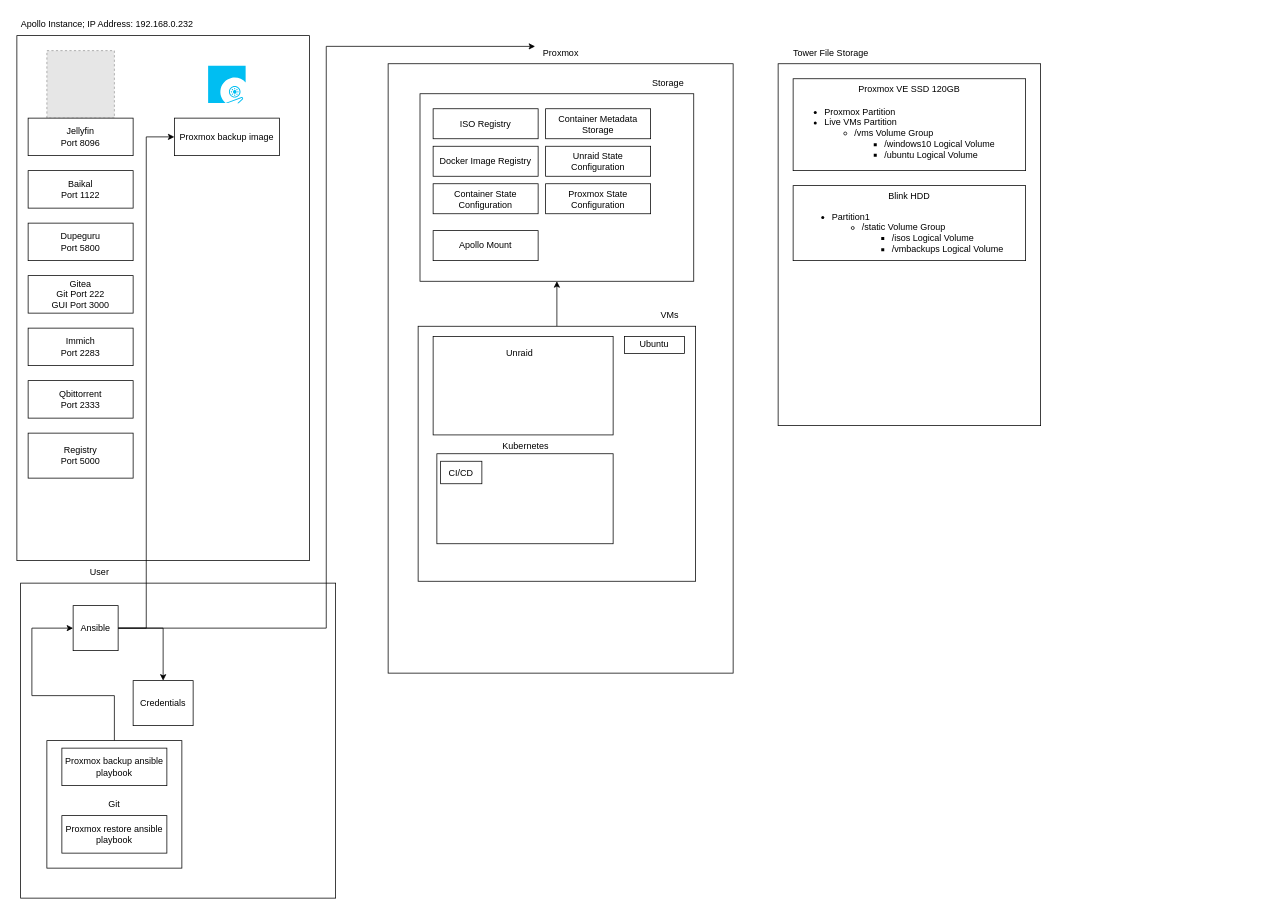
The draw.io diagram diagrams/proxmox.drawio in alialiusefi/tower-proxmox, before the edit. Source tidied: cells renumbered, new cells numbered last; positions are measured from the earlier drawing's top-left corner, leaving out a move shared by most shapes. Both pictures are drawn from the tidied source at 75%, with x=0, y=0 at pixel (13, 13). Pictures stored in the file or linked from it are replaced by grey dashed boxes.
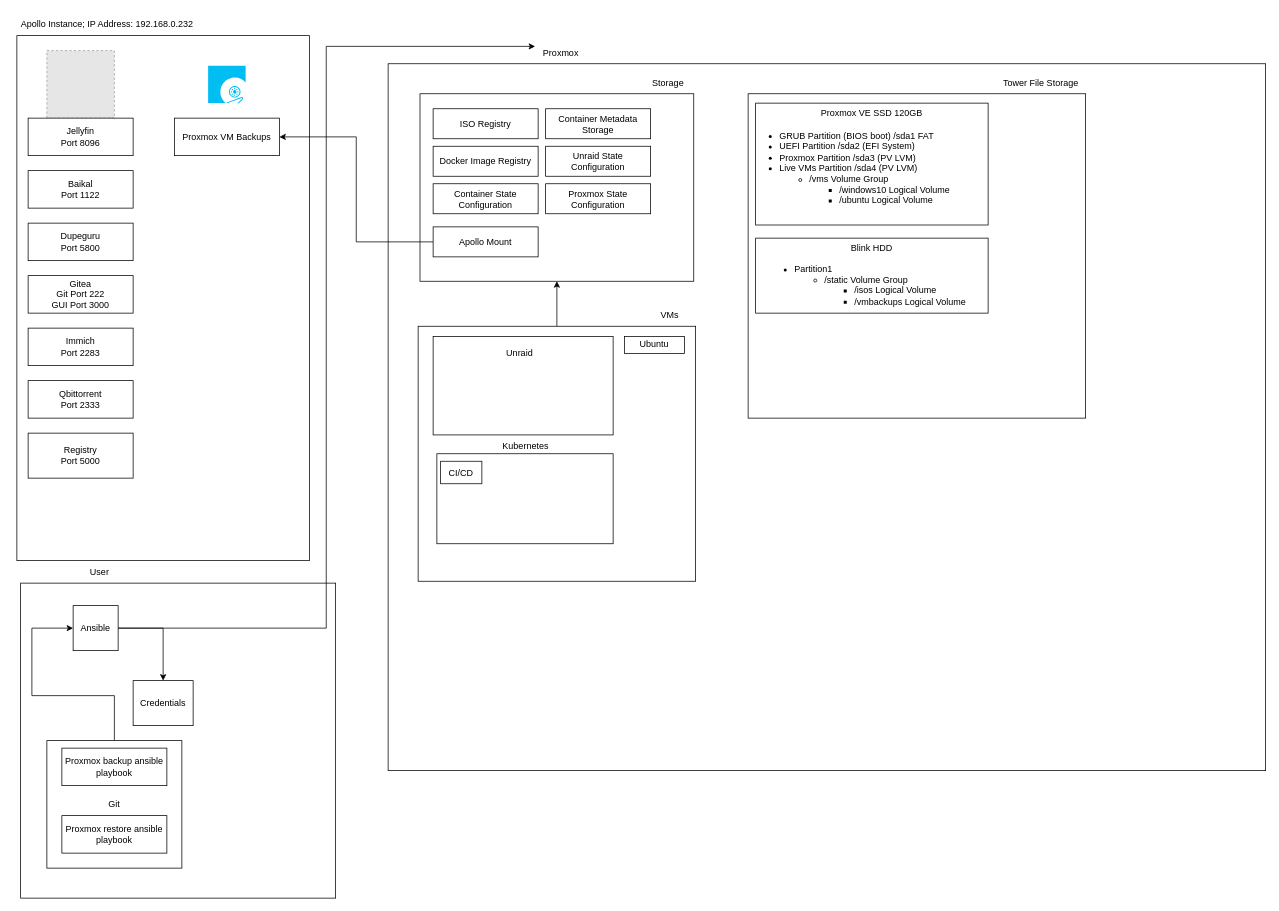
The same page after the edit.

The change refers to these unchanged cells:
```xml
<mxCell id="18" value="Ansible" style="rounded=0;whiteSpace=wrap;html=1;" parent="1" vertex="1">
  <mxGeometry x="80" y="790" width="60" height="60" as="geometry" />
</mxCell>
```

Diff of the diagram source:
```diff
@@
     <mxCell id="3" style="rounded=0;whiteSpace=wrap;html=1;" parent="1" vertex="1">
-      <mxGeometry x="500" y="67.5" width="460" height="812.5" as="geometry" />
+      <mxGeometry x="500" y="67.5" width="1170" height="942.5" as="geometry" />
     </mxCell>
@@
-    <mxCell id="17" style="edgeStyle=orthogonalEdgeStyle;rounded=0;jettySize=auto;html=1;entryX=0;entryY=0.5;entryDx=0;entryDy=0;" parent="1" edge="1" source="18" target="44">
-      <mxGeometry relative="1" as="geometry" />
-    </mxCell>
@@
     <mxCell id="39" style="rounded=0;whiteSpace=wrap;html=1;" parent="1" vertex="1">
-      <mxGeometry x="1020" y="67.5" width="350" height="482.5" as="geometry" />
+      <mxGeometry x="980" y="107.5" width="450" height="432.5" as="geometry" />
     </mxCell>
     <mxCell id="40" value="Tower File Storage" style="text;html=1;align=center;verticalAlign=middle;strokeColor=none;fillColor=none;" parent="1" vertex="1">
-      <mxGeometry x="1030" y="37.5" width="120" height="30" as="geometry" />
+      <mxGeometry x="1310" y="77.5" width="120" height="30" as="geometry" />
     </mxCell>
     <mxCell id="41" value="Proxmox VE SSD 120GB" style="rounded=0;whiteSpace=wrap;html=1;verticalAlign=top;" parent="1" vertex="1">
-      <mxGeometry x="1040" y="87.5" width="310" height="122.5" as="geometry" />
+      <mxGeometry x="990" y="120" width="310" height="162.5" as="geometry" />
     </mxCell>
@@
-    <mxCell id="44" value="Proxmox backup image" style="rounded=0;whiteSpace=wrap;html=1;" parent="1" vertex="1">
+    <mxCell id="44" value="Proxmox VM Backups" style="rounded=0;whiteSpace=wrap;html=1;" parent="1" vertex="1">
       <mxGeometry x="215" y="140" width="140" height="50" as="geometry" />
     </mxCell>
@@
+    <mxCell id="52" style="edgeStyle=orthogonalEdgeStyle;rounded=0;jettySize=auto;html=1;entryX=1;entryY=0.5;entryDx=0;entryDy=0;" parent="1" edge="1" source="47" target="44">
+      <mxGeometry relative="1" as="geometry" />
+    </mxCell>
     <mxCell id="47" value="Apollo Mount" style="rounded=0;whiteSpace=wrap;html=1;" parent="1" vertex="1">
-      <mxGeometry x="560" y="290" width="140" height="40" as="geometry" />
+      <mxGeometry x="560" y="285" width="140" height="40" as="geometry" />
     </mxCell>
-    <mxCell id="48" value="&lt;ul&gt;&lt;li&gt;Proxmox Partition&lt;/li&gt;&lt;li&gt;Live VMs Partition&lt;/li&gt;&lt;ul&gt;&lt;li&gt;/vms Volume Group&lt;/li&gt;&lt;ul&gt;&lt;li&gt;/windows10 Logical Volume&lt;/li&gt;&lt;li&gt;/ubuntu Logical Volume&lt;/li&gt;&lt;/ul&gt;&lt;/ul&gt;&lt;/ul&gt;" style="text;strokeColor=none;fillColor=none;html=1;whiteSpace=wrap;verticalAlign=middle;overflow=hidden;" parent="1" vertex="1">
-      <mxGeometry x="1040" y="110" width="280" height="100" as="geometry" />
+    <mxCell id="48" value="&lt;ul&gt;&lt;li&gt;GRUB Partition (BIOS boot) /sda1 FAT&lt;/li&gt;&lt;li&gt;UEFI Partition /sda2 (EFI System)&amp;nbsp;&lt;/li&gt;&lt;li&gt;Proxmox Partition /sda3 (PV LVM)&lt;/li&gt;&lt;li&gt;Live VMs Partition /sda4 (PV LVM)&lt;/li&gt;&lt;ul&gt;&lt;li&gt;/vms Volume Group&lt;/li&gt;&lt;ul&gt;&lt;li&gt;/windows10 Logical Volume&lt;/li&gt;&lt;li&gt;/ubuntu Logical Volume&lt;/li&gt;&lt;/ul&gt;&lt;/ul&gt;&lt;/ul&gt;" style="text;strokeColor=none;fillColor=none;html=1;whiteSpace=wrap;verticalAlign=top;overflow=hidden;" parent="1" vertex="1">
+      <mxGeometry x="980" y="137.5" width="280" height="142.5" as="geometry" />
     </mxCell>
     <mxCell id="49" style="group;" parent="1" vertex="1">
-      <mxGeometry x="1040" y="230" width="310" height="100" as="geometry" />
+      <mxGeometry x="990" y="300" width="310" height="100" as="geometry" />
     </mxCell>
```
